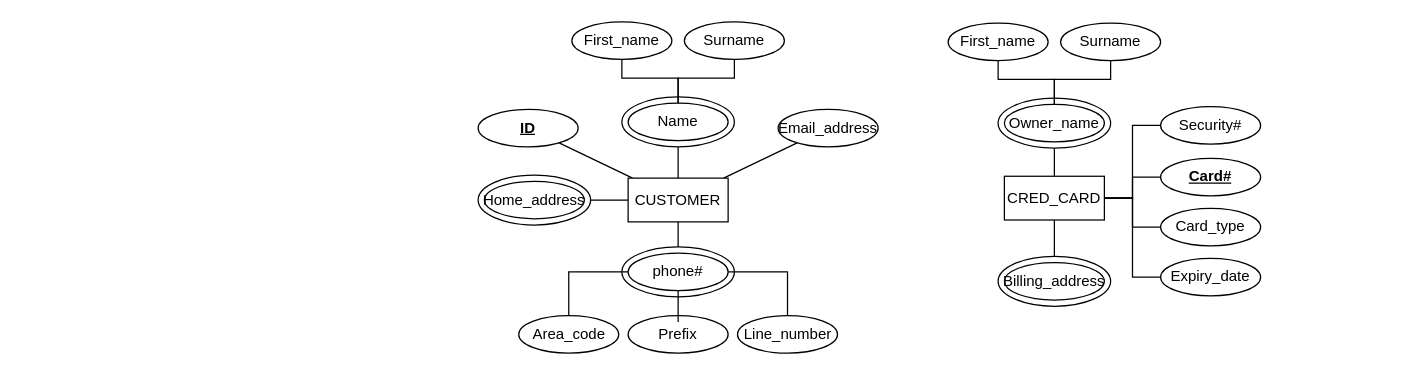
Earlier version of the draw.io diagram Project-Deliverable-1.drawio (RyBres/Database-Project). Source tidied: cells renumbered, new cells numbered last; positions are measured from the earlier drawing's top-left corner, leaving out a move shared by most shapes. Both pictures are drawn from the tidied source at 125%, with x=0, y=0 at pixel (478, 21).
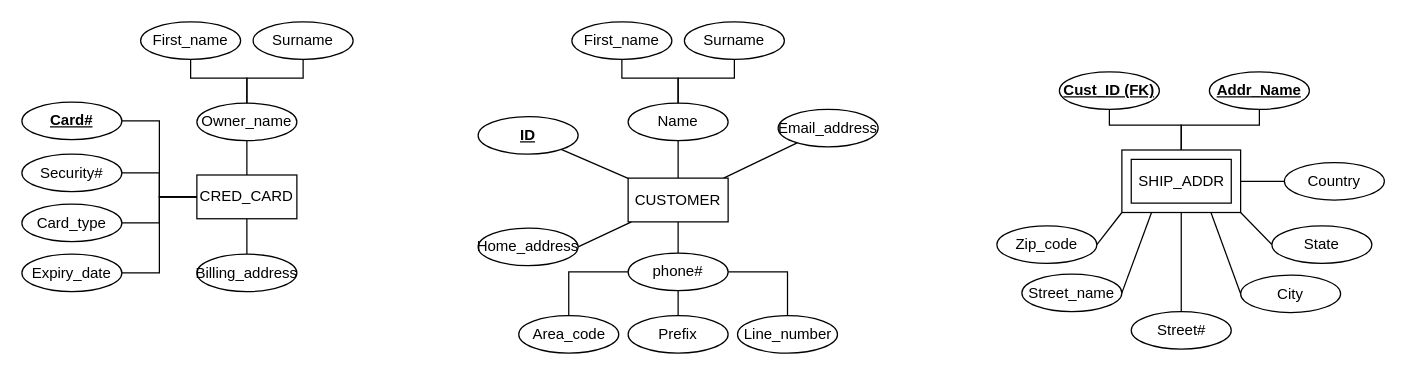
The same diagram, later.

Commit message:
Shipping address entity added

The change refers to these unchanged cells:
```xml
<mxCell id="7" value="CUSTOMER" style="rounded=0;whiteSpace=wrap;html=1;" parent="1" vertex="1">
  <mxGeometry x="120" y="125" width="80" height="35" as="geometry" />
</mxCell>
<mxCell id="12" style="group;" parent="1" vertex="1">
  <mxGeometry x="32.5" y="180" width="255" height="85" as="geometry" />
</mxCell>
<mxCell id="13" style="group;" parent="12" vertex="1">
  <mxGeometry x="82.5" width="90" height="40" as="geometry" />
</mxCell>
<mxCell id="15" value="phone#" style="ellipse;whiteSpace=wrap;html=1;perimeterSpacing=0;" parent="13" vertex="1">
  <mxGeometry x="5" y="5" width="80" height="30" as="geometry" />
</mxCell>
<mxCell id="17" value="Prefix" style="ellipse;whiteSpace=wrap;html=1;" parent="12" vertex="1">
  <mxGeometry x="87.5" y="55" width="80" height="30" as="geometry" />
</mxCell>
<mxCell id="25" style="group;" parent="22" vertex="1">
  <mxGeometry x="40" y="60" width="90" height="40" as="geometry" />
</mxCell>
<mxCell id="27" value="Name" style="ellipse;whiteSpace=wrap;html=1;perimeterSpacing=0;" parent="25" vertex="1">
  <mxGeometry x="5" y="5" width="80" height="30" as="geometry" />
</mxCell>
<mxCell id="44" style="group;" parent="41" vertex="1">
  <mxGeometry x="40" y="60" width="90" height="40" as="geometry" />
</mxCell>
<mxCell id="46" value="Owner_name" style="ellipse;whiteSpace=wrap;html=1;perimeterSpacing=0;" parent="44" vertex="1">
  <mxGeometry x="5" y="5" width="80" height="30" as="geometry" />
</mxCell>
```

The edit, as a diff of the source:
```diff
@@
-    <mxCell id="3" style="edgeStyle=orthogonalEdgeStyle;rounded=0;jettySize=auto;html=1;entryX=1;entryY=0.5;entryDx=0;entryDy=0;endArrow=none;startFill=0;" parent="1" edge="1" source="7" target="10">
+    <mxCell id="3" style="rounded=0;jettySize=auto;html=1;entryX=1;entryY=0.5;entryDx=0;entryDy=0;endArrow=none;startFill=0;" parent="1" edge="1" source="7" target="11">
       <mxGeometry relative="1" as="geometry" />
     </mxCell>
-    <mxCell id="4" style="edgeStyle=orthogonalEdgeStyle;rounded=0;jettySize=auto;html=1;entryX=0.5;entryY=1;entryDx=0;entryDy=0;endArrow=none;startFill=0;" parent="1" edge="1" source="7" target="26">
+    <mxCell id="4" style="edgeStyle=orthogonalEdgeStyle;rounded=0;jettySize=auto;html=1;entryX=0.5;entryY=1;entryDx=0;entryDy=0;endArrow=none;startFill=0;" parent="1" edge="1" source="7" target="27">
       <mxGeometry relative="1" as="geometry" />
     </mxCell>
-    <mxCell id="5" style="edgeStyle=orthogonalEdgeStyle;rounded=0;jettySize=auto;html=1;entryX=0.5;entryY=0;entryDx=0;entryDy=0;endArrow=none;startFill=0;" parent="1" edge="1" source="7" target="14">
+    <mxCell id="5" style="edgeStyle=orthogonalEdgeStyle;rounded=0;jettySize=auto;html=1;entryX=0.5;entryY=0;entryDx=0;entryDy=0;endArrow=none;startFill=0;" parent="1" edge="1" source="7" target="15">
       <mxGeometry relative="1" as="geometry" />
     </mxCell>
@@
     <mxCell id="8" value="&lt;u&gt;&lt;b&gt;ID&lt;/b&gt;&lt;/u&gt;" style="ellipse;whiteSpace=wrap;html=1;" parent="1" vertex="1">
-      <mxGeometry y="70" width="80" height="30" as="geometry" />
+      <mxGeometry y="75.8" width="80" height="30" as="geometry" />
     </mxCell>
-    <mxCell id="9" style="group;" parent="1" vertex="1">
-      <mxGeometry y="122.5" width="90" height="40" as="geometry" />
-    </mxCell>
-    <mxCell id="10" style="ellipse;whiteSpace=wrap;html=1;" parent="9" vertex="1">
-      <mxGeometry width="90" height="40" as="geometry" />
-    </mxCell>
-    <mxCell id="11" value="Home_address" style="ellipse;whiteSpace=wrap;html=1;perimeterSpacing=0;" parent="9" vertex="1">
-      <mxGeometry x="5" y="5" width="80" height="30" as="geometry" />
-    </mxCell>
@@
-    <mxCell id="14" style="ellipse;whiteSpace=wrap;html=1;" parent="13" vertex="1">
-      <mxGeometry width="90" height="40" as="geometry" />
-    </mxCell>
@@
-    <mxCell id="21" style="edgeStyle=orthogonalEdgeStyle;rounded=0;jettySize=auto;html=1;endArrow=none;startFill=0;" parent="12" edge="1" source="14" target="17">
+    <mxCell id="21" style="edgeStyle=orthogonalEdgeStyle;rounded=0;jettySize=auto;html=1;endArrow=none;startFill=0;exitX=0.5;exitY=1;exitDx=0;exitDy=0;" parent="12" edge="1" source="15" target="17">
       <mxGeometry relative="1" as="geometry" />
     </mxCell>
@@
-    <mxCell id="26" style="ellipse;whiteSpace=wrap;html=1;" parent="25" vertex="1">
-      <mxGeometry width="90" height="40" as="geometry" />
-    </mxCell>
@@
-    <mxCell id="31" style="group;" parent="1" vertex="1">
-      <mxGeometry x="376" y="1" width="250" height="226.5" as="geometry" />
-    </mxCell>
-    <mxCell id="32" style="edgeStyle=orthogonalEdgeStyle;rounded=0;jettySize=auto;html=1;exitX=1;exitY=0.5;exitDx=0;exitDy=0;entryX=0;entryY=0.5;entryDx=0;entryDy=0;endArrow=none;startFill=0;" parent="31" edge="1" source="38" target="40">
-      <mxGeometry relative="1" as="geometry" />
-    </mxCell>
-    <mxCell id="33" style="edgeStyle=orthogonalEdgeStyle;rounded=0;jettySize=auto;html=1;exitX=1;exitY=0.5;exitDx=0;exitDy=0;entryX=0;entryY=0.5;entryDx=0;entryDy=0;endArrow=none;startFill=0;" parent="31" edge="1" source="38" target="39">
-      <mxGeometry relative="1" as="geometry" />
-    </mxCell>
-    <mxCell id="34" style="edgeStyle=orthogonalEdgeStyle;rounded=0;jettySize=auto;html=1;exitX=1;exitY=0.5;exitDx=0;exitDy=0;entryX=0;entryY=0.5;entryDx=0;entryDy=0;endArrow=none;startFill=0;" parent="31" edge="1" source="38" target="52">
-      <mxGeometry relative="1" as="geometry" />
-    </mxCell>
-    <mxCell id="35" style="edgeStyle=orthogonalEdgeStyle;rounded=0;jettySize=auto;html=1;exitX=1;exitY=0.5;exitDx=0;exitDy=0;entryX=0;entryY=0.5;entryDx=0;entryDy=0;endArrow=none;startFill=0;" parent="31" edge="1" source="38" target="53">
-      <mxGeometry relative="1" as="geometry" />
-    </mxCell>
+    <mxCell id="54" style="group;" parent="1" vertex="1">
+      <mxGeometry x="515" y="102.5" width="95" height="50" as="geometry" />
+    </mxCell>
+    <mxCell id="55" style="rounded=0;whiteSpace=wrap;html=1;" parent="54" vertex="1">
+      <mxGeometry width="95" height="50" as="geometry" />
+    </mxCell>
+    <mxCell id="56" value="SHIP_ADDR" style="rounded=0;whiteSpace=wrap;html=1;" parent="54" vertex="1">
+      <mxGeometry x="7.5" y="7.5" width="80" height="35" as="geometry" />
+    </mxCell>
-    <mxCell id="36" style="edgeStyle=orthogonalEdgeStyle;rounded=0;jettySize=auto;html=1;endArrow=none;startFill=0;" parent="31" edge="1" source="38" target="51">
+    <mxCell id="36" style="edgeStyle=orthogonalEdgeStyle;rounded=0;jettySize=auto;html=1;endArrow=none;startFill=0;entryX=0.5;entryY=0;entryDx=0;entryDy=0;" parent="1" edge="1" source="38" target="51">
       <mxGeometry relative="1" as="geometry" />
     </mxCell>
-    <mxCell id="37" style="edgeStyle=orthogonalEdgeStyle;rounded=0;jettySize=auto;html=1;endArrow=none;startFill=0;" parent="31" edge="1" source="38" target="46">
+    <mxCell id="37" style="edgeStyle=orthogonalEdgeStyle;rounded=0;jettySize=auto;html=1;endArrow=none;startFill=0;" parent="1" edge="1" source="38" target="46">
       <mxGeometry relative="1" as="geometry" />
     </mxCell>
-    <mxCell id="38" value="CRED_CARD" style="rounded=0;whiteSpace=wrap;html=1;" parent="31" vertex="1">
-      <mxGeometry x="45" y="122.5" width="80" height="35" as="geometry" />
+    <mxCell id="38" value="CRED_CARD" style="rounded=0;whiteSpace=wrap;html=1;" parent="1" vertex="1">
+      <mxGeometry x="-225" y="122.5" width="80" height="35" as="geometry" />
     </mxCell>
-    <mxCell id="39" value="&lt;u&gt;&lt;b&gt;Card#&lt;/b&gt;&lt;/u&gt;" style="ellipse;whiteSpace=wrap;html=1;" parent="31" vertex="1">
-      <mxGeometry x="170" y="108.2" width="80" height="30" as="geometry" />
-    </mxCell>
-    <mxCell id="40" value="Security#" style="ellipse;whiteSpace=wrap;html=1;" parent="31" vertex="1">
-      <mxGeometry x="170" y="66.8" width="80" height="30" as="geometry" />
-    </mxCell>
-    <mxCell id="41" style="group;" parent="31" vertex="1">
-      <mxGeometry width="170" height="100" as="geometry" />
+    <mxCell id="41" style="group;" parent="1" vertex="1">
+      <mxGeometry x="-270" width="170" height="100" as="geometry" />
     </mxCell>
@@
-    <mxCell id="45" style="ellipse;whiteSpace=wrap;html=1;" parent="44" vertex="1">
-      <mxGeometry width="90" height="40" as="geometry" />
-    </mxCell>
@@
-    <mxCell id="49" style="group;" parent="31" vertex="1">
-      <mxGeometry x="40" y="186.5" width="90" height="40" as="geometry" />
-    </mxCell>
-    <mxCell id="50" style="ellipse;whiteSpace=wrap;html=1;" parent="49" vertex="1">
-      <mxGeometry width="90" height="40" as="geometry" />
-    </mxCell>
-    <mxCell id="51" value="Billing_address" style="ellipse;whiteSpace=wrap;html=1;perimeterSpacing=0;" parent="49" vertex="1">
-      <mxGeometry x="5" y="5" width="80" height="30" as="geometry" />
-    </mxCell>
+    <mxCell id="39" value="Security#" style="ellipse;whiteSpace=wrap;html=1;" parent="1" vertex="1">
+      <mxGeometry x="-365" y="105.8" width="80" height="30" as="geometry" />
+    </mxCell>
+    <mxCell id="40" value="&lt;u&gt;&lt;b&gt;Card#&lt;/b&gt;&lt;/u&gt;" style="ellipse;whiteSpace=wrap;html=1;" parent="1" vertex="1">
+      <mxGeometry x="-365" y="64.2" width="80" height="30" as="geometry" />
+    </mxCell>
-    <mxCell id="52" value="Card_type" style="ellipse;whiteSpace=wrap;html=1;" parent="31" vertex="1">
-      <mxGeometry x="170" y="148.2" width="80" height="30" as="geometry" />
+    <mxCell id="52" value="Card_type" style="ellipse;whiteSpace=wrap;html=1;" parent="1" vertex="1">
+      <mxGeometry x="-365" y="145.8" width="80" height="30" as="geometry" />
     </mxCell>
-    <mxCell id="53" value="Expiry_date" style="ellipse;whiteSpace=wrap;html=1;" parent="31" vertex="1">
-      <mxGeometry x="170" y="188.2" width="80" height="30" as="geometry" />
+    <mxCell id="53" value="Expiry_date" style="ellipse;whiteSpace=wrap;html=1;" parent="1" vertex="1">
+      <mxGeometry x="-365" y="185.8" width="80" height="30" as="geometry" />
     </mxCell>
+    <mxCell id="33" style="edgeStyle=orthogonalEdgeStyle;rounded=0;jettySize=auto;html=1;exitX=0;exitY=0.5;exitDx=0;exitDy=0;entryX=1;entryY=0.5;entryDx=0;entryDy=0;endArrow=none;startFill=0;" parent="1" edge="1" source="38" target="39">
+      <mxGeometry relative="1" as="geometry" />
+    </mxCell>
+    <mxCell id="32" style="edgeStyle=orthogonalEdgeStyle;rounded=0;jettySize=auto;html=1;exitX=0;exitY=0.5;exitDx=0;exitDy=0;entryX=1;entryY=0.5;entryDx=0;entryDy=0;endArrow=none;startFill=0;" parent="1" edge="1" source="38" target="40">
+      <mxGeometry relative="1" as="geometry" />
+    </mxCell>
+    <mxCell id="34" style="edgeStyle=orthogonalEdgeStyle;rounded=0;jettySize=auto;html=1;exitX=0;exitY=0.5;exitDx=0;exitDy=0;entryX=1;entryY=0.5;entryDx=0;entryDy=0;endArrow=none;startFill=0;" parent="1" edge="1" source="38" target="52">
+      <mxGeometry relative="1" as="geometry" />
+    </mxCell>
+    <mxCell id="35" style="edgeStyle=orthogonalEdgeStyle;rounded=0;jettySize=auto;html=1;exitX=0;exitY=0.5;exitDx=0;exitDy=0;entryX=1;entryY=0.5;entryDx=0;entryDy=0;endArrow=none;startFill=0;" parent="1" edge="1" source="38" target="53">
+      <mxGeometry relative="1" as="geometry" />
+    </mxCell>
+    <mxCell id="11" value="Home_address" style="ellipse;whiteSpace=wrap;html=1;" parent="1" vertex="1">
+      <mxGeometry y="165" width="80" height="30" as="geometry" />
+    </mxCell>
+    <mxCell id="51" value="Billing_address" style="ellipse;whiteSpace=wrap;html=1;" parent="1" vertex="1">
+      <mxGeometry x="-225" y="185.8" width="80" height="30" as="geometry" />
+    </mxCell>
+    <mxCell id="57" value="Zip_code" style="ellipse;whiteSpace=wrap;html=1;" parent="1" vertex="1">
+      <mxGeometry x="415" y="163.2" width="80" height="30" as="geometry" />
+    </mxCell>
+    <mxCell id="58" value="Street_name" style="ellipse;whiteSpace=wrap;html=1;" parent="1" vertex="1">
+      <mxGeometry x="435" y="201.8" width="80" height="30" as="geometry" />
+    </mxCell>
+    <mxCell id="59" value="Street#" style="ellipse;whiteSpace=wrap;html=1;" parent="1" vertex="1">
+      <mxGeometry x="522.5" y="231.8" width="80" height="30" as="geometry" />
+    </mxCell>
+    <mxCell id="60" value="City" style="ellipse;whiteSpace=wrap;html=1;" parent="1" vertex="1">
+      <mxGeometry x="610" y="202.5" width="80" height="30" as="geometry" />
+    </mxCell>
+    <mxCell id="61" value="State" style="ellipse;whiteSpace=wrap;html=1;" parent="1" vertex="1">
+      <mxGeometry x="635" y="163.2" width="80" height="30" as="geometry" />
+    </mxCell>
+    <mxCell id="62" value="Country" style="ellipse;whiteSpace=wrap;html=1;" parent="1" vertex="1">
+      <mxGeometry x="645" y="112.5" width="80" height="30" as="geometry" />
+    </mxCell>
+    <mxCell id="63" style="rounded=0;jettySize=auto;html=1;exitX=1;exitY=0.5;exitDx=0;exitDy=0;entryX=0;entryY=0.5;entryDx=0;entryDy=0;endArrow=none;startFill=0;" parent="1" edge="1" source="55" target="62">
+      <mxGeometry relative="1" as="geometry" />
+    </mxCell>
+    <mxCell id="64" style="rounded=0;jettySize=auto;html=1;exitX=0;exitY=1;exitDx=0;exitDy=0;entryX=1;entryY=0.5;entryDx=0;entryDy=0;endArrow=none;startFill=0;" parent="1" edge="1" source="55" target="57">
+      <mxGeometry relative="1" as="geometry" />
+    </mxCell>
+    <mxCell id="65" style="rounded=0;jettySize=auto;html=1;exitX=0.25;exitY=1;exitDx=0;exitDy=0;entryX=1;entryY=0.5;entryDx=0;entryDy=0;endArrow=none;startFill=0;" parent="1" edge="1" source="55" target="58">
+      <mxGeometry relative="1" as="geometry" />
+    </mxCell>
+    <mxCell id="66" style="rounded=0;jettySize=auto;html=1;exitX=0.5;exitY=1;exitDx=0;exitDy=0;entryX=0.5;entryY=0;entryDx=0;entryDy=0;endArrow=none;startFill=0;" parent="1" edge="1" source="55" target="59">
+      <mxGeometry relative="1" as="geometry" />
+    </mxCell>
+    <mxCell id="67" style="rounded=0;jettySize=auto;html=1;exitX=0.75;exitY=1;exitDx=0;exitDy=0;entryX=0;entryY=0.5;entryDx=0;entryDy=0;endArrow=none;startFill=0;" parent="1" edge="1" source="55" target="60">
+      <mxGeometry relative="1" as="geometry" />
+    </mxCell>
+    <mxCell id="68" style="rounded=0;jettySize=auto;html=1;exitX=1;exitY=1;exitDx=0;exitDy=0;entryX=0;entryY=0.5;entryDx=0;entryDy=0;endArrow=none;startFill=0;" parent="1" edge="1" source="55" target="61">
+      <mxGeometry relative="1" as="geometry" />
+    </mxCell>
+    <mxCell id="69" value="&lt;b&gt;&lt;u&gt;Addr_Name&lt;/u&gt;&lt;/b&gt;" style="ellipse;whiteSpace=wrap;html=1;" parent="1" vertex="1">
+      <mxGeometry x="585" y="40" width="80" height="30" as="geometry" />
+    </mxCell>
+    <mxCell id="70" value="&lt;b&gt;&lt;u&gt;Cust_ID (FK)&lt;/u&gt;&lt;/b&gt;" style="ellipse;whiteSpace=wrap;html=1;" parent="1" vertex="1">
+      <mxGeometry x="465" y="40" width="80" height="30" as="geometry" />
+    </mxCell>
+    <mxCell id="71" style="edgeStyle=orthogonalEdgeStyle;rounded=0;jettySize=auto;html=1;exitX=0.5;exitY=0;exitDx=0;exitDy=0;entryX=0.5;entryY=1;entryDx=0;entryDy=0;endArrow=none;startFill=0;" parent="1" edge="1" source="55" target="70">
+      <mxGeometry relative="1" as="geometry" />
+    </mxCell>
+    <mxCell id="72" style="edgeStyle=orthogonalEdgeStyle;rounded=0;jettySize=auto;html=1;exitX=0.5;exitY=0;exitDx=0;exitDy=0;entryX=0.5;entryY=1;entryDx=0;entryDy=0;endArrow=none;startFill=0;" parent="1" edge="1" source="55" target="69">
+      <mxGeometry relative="1" as="geometry" />
+    </mxCell>
```
